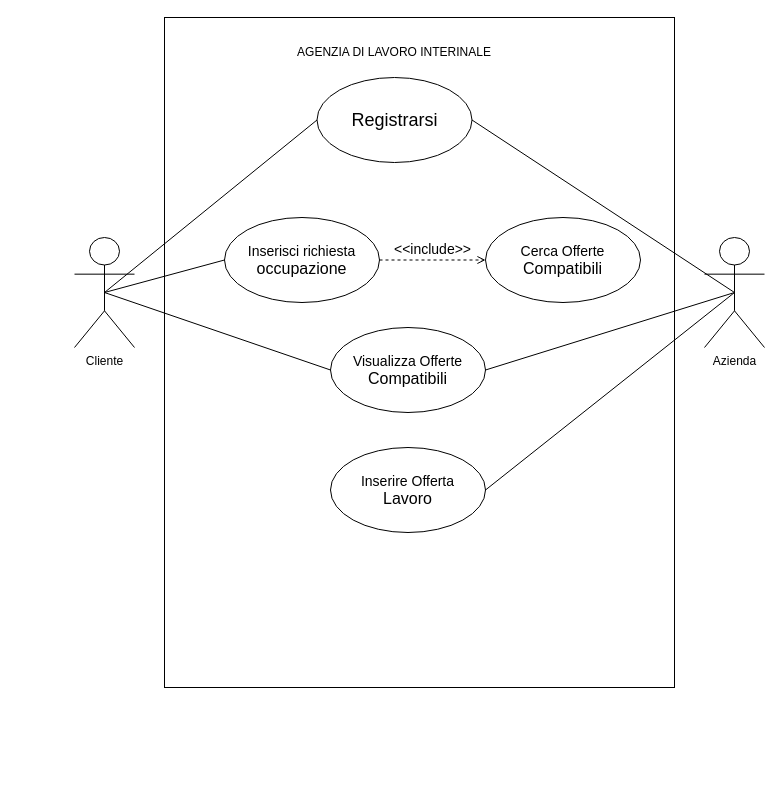
The draw.io diagram Diagramma senza titolo.drawio in RafidISL/DiagrammiUML, before the edit. Source tidied: cells renumbered, new cells numbered last; positions are measured from the earlier drawing's top-left corner, leaving out a move shared by most shapes. Both pictures are drawn from the tidied source at 100%, with x=0, y=0 at pixel (74, 17).
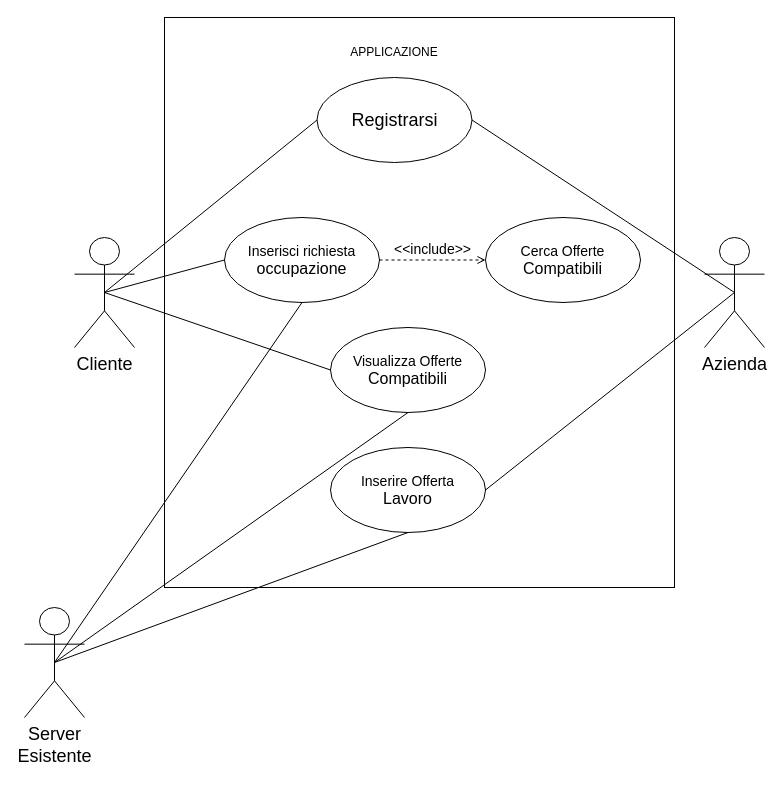
After the change.

Commit message:
Alcune correzioni e aggiunta di un server esistente

Unchanged cells that the change refers to:
```xml
<mxCell id="7" value="&lt;font style=&quot;font-size: 14px;&quot;&gt;Inserisci richiesta&lt;/font&gt;&lt;div&gt;&lt;font size=&quot;3&quot;&gt;occupazione&lt;/font&gt;&lt;/div&gt;" style="ellipse;whiteSpace=wrap;html=1;" parent="1" vertex="1">
  <mxGeometry x="150" y="200" width="155" height="85" as="geometry" />
</mxCell>
<mxCell id="8" value="&lt;font style=&quot;font-size: 14px;&quot;&gt;Inserire Offerta&lt;/font&gt;&lt;div&gt;&lt;font size=&quot;3&quot;&gt;Lavoro&lt;/font&gt;&lt;/div&gt;" style="ellipse;whiteSpace=wrap;html=1;" parent="1" vertex="1">
  <mxGeometry x="256" y="430" width="155" height="85" as="geometry" />
</mxCell>
<mxCell id="9" value="&lt;font style=&quot;font-size: 14px;&quot;&gt;Visualizza Offerte&lt;/font&gt;&lt;div&gt;&lt;font size=&quot;3&quot;&gt;Compatibili&lt;/font&gt;&lt;/div&gt;" style="ellipse;whiteSpace=wrap;html=1;" parent="1" vertex="1">
  <mxGeometry x="256" y="310" width="155" height="85" as="geometry" />
</mxCell>
```

Diff of the diagram source:
```diff
@@
     <mxCell id="2" style="rounded=0;whiteSpace=wrap;html=1;fillColor=none;" parent="1" vertex="1">
-      <mxGeometry x="90" width="510" height="670" as="geometry" />
+      <mxGeometry x="90" width="510" height="570" as="geometry" />
     </mxCell>
@@
-    <mxCell id="4" value="AGENZIA DI LAVORO INTERINALE" style="text;html=1;whiteSpace=wrap;strokeColor=none;fillColor=none;align=center;verticalAlign=middle;rounded=0;" parent="1" vertex="1">
+    <mxCell id="4" value="APPLICAZIONE" style="text;html=1;whiteSpace=wrap;strokeColor=none;fillColor=none;align=center;verticalAlign=middle;rounded=0;" parent="1" vertex="1">
       <mxGeometry x="215" y="20" width="210" height="30" as="geometry" />
     </mxCell>
-    <mxCell id="5" value="Cliente" style="shape=umlActor;verticalLabelPosition=bottom;verticalAlign=top;html=1;outlineConnect=0;" parent="1" vertex="1">
+    <mxCell id="5" value="&lt;font style=&quot;font-size: 18px;&quot;&gt;Cliente&lt;/font&gt;" style="shape=umlActor;verticalLabelPosition=bottom;verticalAlign=top;html=1;outlineConnect=0;" parent="1" vertex="1">
       <mxGeometry y="220" width="60" height="110" as="geometry" />
     </mxCell>
-    <mxCell id="6" value="Azienda" style="shape=umlActor;verticalLabelPosition=bottom;verticalAlign=top;html=1;outlineConnect=0;" parent="1" vertex="1">
+    <mxCell id="6" value="&lt;font style=&quot;font-size: 18px;&quot;&gt;Azienda&lt;/font&gt;" style="shape=umlActor;verticalLabelPosition=bottom;verticalAlign=top;html=1;outlineConnect=0;" parent="1" vertex="1">
       <mxGeometry x="630" y="220" width="60" height="110" as="geometry" />
     </mxCell>
@@
-    <mxCell id="16" style="endArrow=none;html=1;rounded=0;entryX=0.5;entryY=0.5;entryDx=0;entryDy=0;entryPerimeter=0;exitX=1;exitY=0.5;exitDx=0;exitDy=0;" parent="1" edge="1" source="9" target="6">
-      <mxGeometry relative="1" as="geometry" />
-    </mxCell>
@@
+    <mxCell id="18" value="&lt;span style=&quot;font-size: 18px;&quot;&gt;Server&lt;/span&gt;&lt;div&gt;&lt;span style=&quot;font-size: 18px;&quot;&gt;Esistente&lt;/span&gt;&lt;/div&gt;" style="shape=umlActor;verticalLabelPosition=bottom;verticalAlign=top;html=1;outlineConnect=0;" parent="1" vertex="1">
+      <mxGeometry x="-50" y="590" width="60" height="110" as="geometry" />
+    </mxCell>
+    <mxCell id="19" style="endArrow=none;html=1;rounded=0;exitX=0.5;exitY=0.5;exitDx=0;exitDy=0;entryX=0.5;entryY=1;entryDx=0;entryDy=0;exitPerimeter=0;" parent="1" edge="1" source="18" target="7">
+      <mxGeometry x="-0.66" relative="1" as="geometry" />
+    </mxCell>
+    <mxCell id="20" style="endArrow=none;html=1;rounded=0;exitX=0.5;exitY=0.5;exitDx=0;exitDy=0;entryX=0.5;entryY=1;entryDx=0;entryDy=0;exitPerimeter=0;" parent="1" edge="1" source="18" target="9">
+      <mxGeometry x="-0.66" relative="1" as="geometry" />
+    </mxCell>
+    <mxCell id="21" style="endArrow=none;html=1;rounded=0;exitX=0.5;exitY=0.5;exitDx=0;exitDy=0;entryX=0.5;entryY=1;entryDx=0;entryDy=0;exitPerimeter=0;" parent="1" edge="1" source="18" target="8">
+      <mxGeometry x="-0.66" relative="1" as="geometry" />
+    </mxCell>
```
